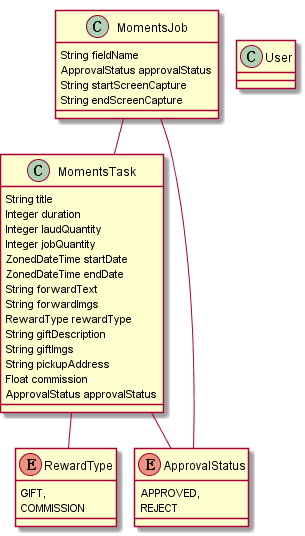
Earlier version of the PlantUML export models/v2.png (lsfoo/share-task).
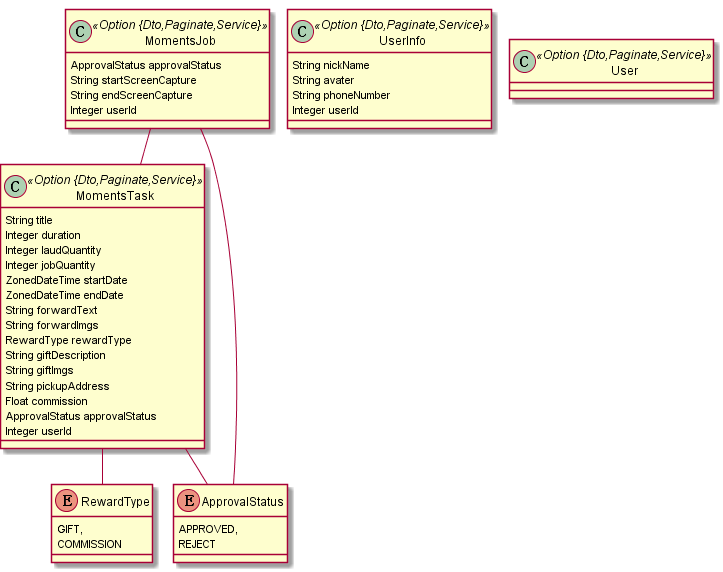
The same diagram one commit later.

Diff of the diagram source:
```diff
@@ -1,7 +1,7 @@
 @startuml
 	!pragma graphviz_dot jdot
 	!pragma syntax class
-	class MomentsTask  {
+	class MomentsTask <<Option {Dto,Paginate,Service}>> {
 		String title
 		Integer duration
 		Integer laudQuantity
@@ -16,6 +16,7 @@
 		String pickupAddress
 		Float commission
 		ApprovalStatus approvalStatus
+		Integer userId
 	}
 	MomentsTask ..> RewardType
 	MomentsTask ..> ApprovalStatus
@@ -27,14 +28,20 @@
 		APPROVED,
 		REJECT
 	}
-	class MomentsJob  {
-		String fieldName
+	class MomentsJob <<Option {Dto,Paginate,Service}>> {
 		ApprovalStatus approvalStatus
 		String startScreenCapture
 		String endScreenCapture
+		Integer userId
 	}
 	MomentsJob ..> ApprovalStatus
+	class UserInfo <<Option {Dto,Paginate,Service}>> {
+		String nickName
+		String avater
+		String phoneNumber
+		Integer userId
+	}
 	MomentsJob  "task(title) 0..* " o-- "0..1 "  MomentsTask
-	class User  {
+	class User <<Option {Dto,Paginate,Service}>> {
 	}
 @enduml
```
